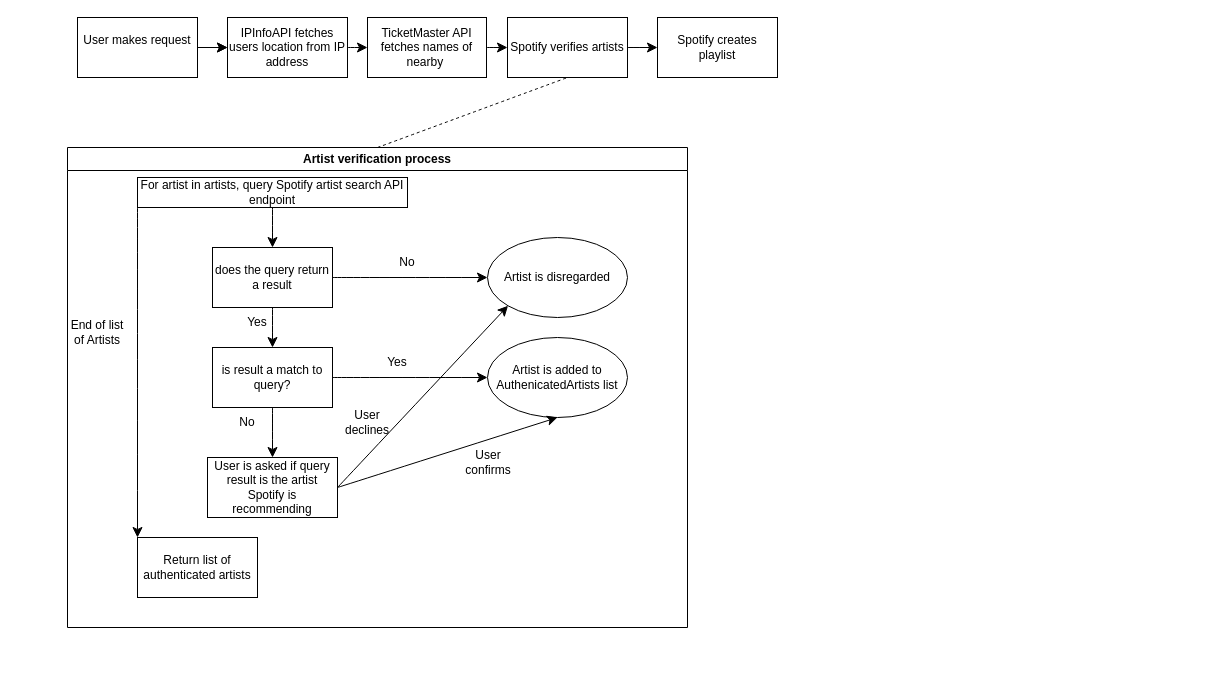
Above: page "Page-1" (1 of 2) of flowDiagram.drawio in tudley/Gigify (draw.io), before the change. Source tidied: cells renumbered, new cells numbered last; positions are measured from the earlier drawing's top-left corner, leaving out a move shared by most shapes. Both pictures are drawn from the tidied source at 100%, with x=0, y=0 at pixel (67, 17).
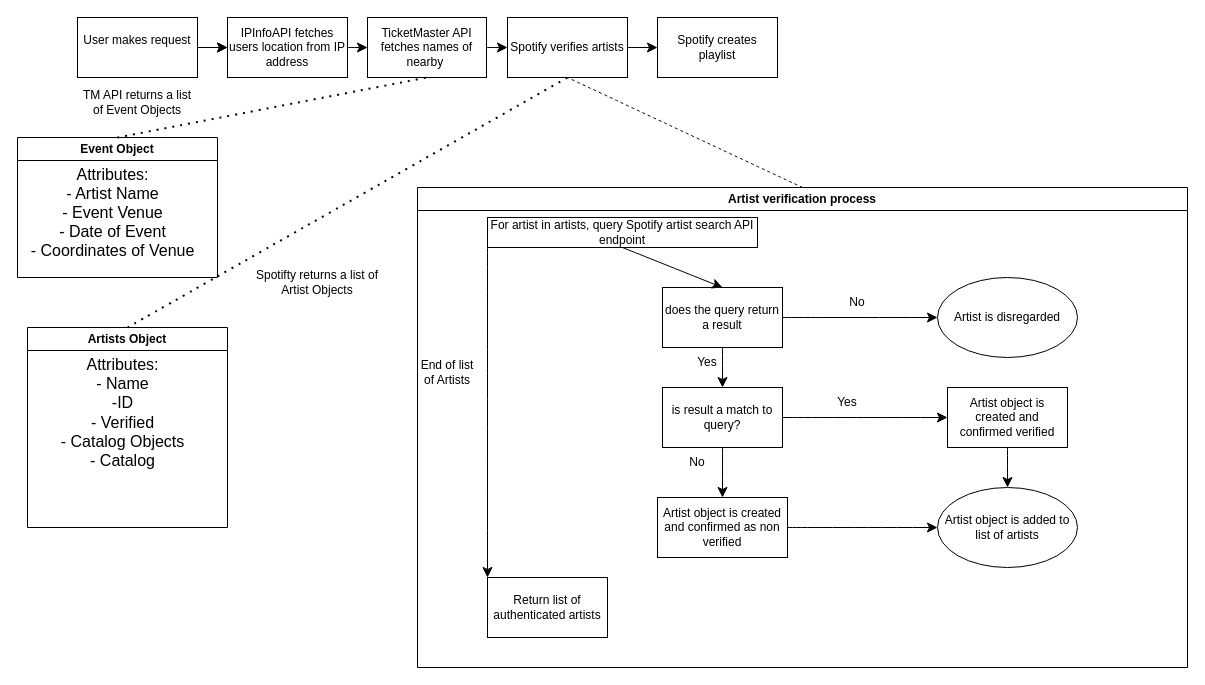
After the change.

Unchanged cells that the change refers to:
```xml
<mxCell id="4" value="TicketMaster API fetches names of nearby&amp;nbsp;" style="rounded=0;whiteSpace=wrap;html=1;" parent="1" vertex="1">
  <mxGeometry x="300" width="119" height="60" as="geometry" />
</mxCell>
<mxCell id="5" value="Spotify verifies artists" style="rounded=0;whiteSpace=wrap;html=1;" parent="1" vertex="1">
  <mxGeometry x="440" width="120" height="60" as="geometry" />
</mxCell>
```

The edit, as a diff of the source:
```diff
@@
     <mxCell id="11" value="Artist verification process" style="swimlane;whiteSpace=wrap;html=1;" parent="1" vertex="1">
-      <mxGeometry y="130" width="620" height="480" as="geometry" />
+      <mxGeometry x="350" y="170" width="770" height="480" as="geometry" />
     </mxCell>
     <mxCell id="12" value="does the query return a result" style="rounded=0;whiteSpace=wrap;html=1;" parent="11" vertex="1">
-      <mxGeometry x="145" y="100" width="120" height="60" as="geometry" />
+      <mxGeometry x="245" y="100" width="120" height="60" as="geometry" />
     </mxCell>
     <mxCell id="13" value="is result a match to query?" style="rounded=0;whiteSpace=wrap;html=1;" parent="11" vertex="1">
-      <mxGeometry x="145" y="200" width="120" height="60" as="geometry" />
+      <mxGeometry x="245" y="200" width="120" height="60" as="geometry" />
     </mxCell>
     <mxCell id="14" value="Artist is disregarded" style="ellipse;whiteSpace=wrap;html=1;" parent="11" vertex="1">
-      <mxGeometry x="420" y="90" width="140" height="80" as="geometry" />
+      <mxGeometry x="520" y="90" width="140" height="80" as="geometry" />
     </mxCell>
@@
     <mxCell id="16" value="No" style="text;html=1;align=center;verticalAlign=middle;whiteSpace=wrap;rounded=0;" parent="11" vertex="1">
-      <mxGeometry x="310" y="100" width="60" height="30" as="geometry" />
+      <mxGeometry x="410" y="100" width="60" height="30" as="geometry" />
     </mxCell>
-    <mxCell id="17" value="Artist is added to AuthenicatedArtists list" style="ellipse;whiteSpace=wrap;html=1;" parent="11" vertex="1">
-      <mxGeometry x="420" y="190" width="140" height="80" as="geometry" />
+    <mxCell id="17" value="Artist object is added to list of artists" style="ellipse;whiteSpace=wrap;html=1;" parent="11" vertex="1">
+      <mxGeometry x="520" y="300" width="140" height="80" as="geometry" />
     </mxCell>
     <mxCell id="18" value="Yes" style="text;html=1;align=center;verticalAlign=middle;whiteSpace=wrap;rounded=0;" parent="11" vertex="1">
-      <mxGeometry x="160" y="160" width="60" height="30" as="geometry" />
+      <mxGeometry x="260" y="160" width="60" height="30" as="geometry" />
     </mxCell>
     <mxCell id="19" value="No" style="text;html=1;align=center;verticalAlign=middle;whiteSpace=wrap;rounded=0;" parent="11" vertex="1">
-      <mxGeometry x="150" y="260" width="60" height="30" as="geometry" />
+      <mxGeometry x="250" y="260" width="60" height="30" as="geometry" />
     </mxCell>
@@
-    <mxCell id="22" value="User is asked if query result is the artist Spotify is recommending" style="rounded=0;whiteSpace=wrap;html=1;" parent="11" vertex="1">
-      <mxGeometry x="140" y="310" width="130" height="60" as="geometry" />
+    <mxCell id="22" value="Artist object is created and confirmed as non verified" style="rounded=0;whiteSpace=wrap;html=1;" parent="11" vertex="1">
+      <mxGeometry x="240" y="310" width="130" height="60" as="geometry" />
     </mxCell>
-    <mxCell id="23" value="User confirms" style="text;html=1;align=center;verticalAlign=middle;whiteSpace=wrap;rounded=0;" parent="11" vertex="1">
-      <mxGeometry x="391" y="300" width="60" height="30" as="geometry" />
-    </mxCell>
-    <mxCell id="24" value="User declines" style="text;html=1;align=center;verticalAlign=middle;whiteSpace=wrap;rounded=0;" parent="11" vertex="1">
-      <mxGeometry x="270" y="260" width="60" height="30" as="geometry" />
-    </mxCell>
     <mxCell id="25" style="endArrow=classic;html=1;rounded=0;fontSize=12;startSize=8;endSize=8;curved=1;entryX=0;entryY=0.5;entryDx=0;entryDy=0;" parent="11" edge="1" target="14">
       <mxGeometry relative="1" as="geometry">
-        <mxPoint x="265" y="130" as="sourcePoint" />
+        <mxPoint x="365" y="130" as="sourcePoint" />
       </mxGeometry>
     </mxCell>
     <mxCell id="26" value="Yes" style="text;html=1;align=center;verticalAlign=middle;whiteSpace=wrap;rounded=0;" parent="11" vertex="1">
-      <mxGeometry x="300" y="200" width="60" height="30" as="geometry" />
+      <mxGeometry x="400" y="200" width="60" height="30" as="geometry" />
     </mxCell>
-    <mxCell id="27" style="endArrow=classic;html=1;rounded=0;fontSize=12;startSize=8;endSize=8;curved=1;exitX=1;exitY=0.5;exitDx=0;exitDy=0;entryX=0;entryY=0.5;entryDx=0;entryDy=0;" parent="11" edge="1" source="13" target="17">
+    <mxCell id="27" style="endArrow=classic;html=1;rounded=0;fontSize=12;startSize=8;endSize=8;curved=1;exitX=1;exitY=0.5;exitDx=0;exitDy=0;entryX=0;entryY=0.5;entryDx=0;entryDy=0;" parent="11" edge="1" source="13" target="36">
       <mxGeometry relative="1" as="geometry" />
     </mxCell>
@@
-    <mxCell id="29" style="endArrow=classic;html=1;rounded=0;fontSize=12;startSize=8;endSize=8;curved=1;exitX=1;exitY=0.5;exitDx=0;exitDy=0;entryX=0.5;entryY=1;entryDx=0;entryDy=0;" parent="11" edge="1" source="22" target="17">
+    <mxCell id="29" style="endArrow=classic;html=1;rounded=0;fontSize=12;startSize=8;endSize=8;curved=1;exitX=1;exitY=0.5;exitDx=0;exitDy=0;entryX=0;entryY=0.5;entryDx=0;entryDy=0;" parent="11" edge="1" source="22" target="17">
       <mxGeometry relative="1" as="geometry" />
     </mxCell>
-    <mxCell id="30" style="endArrow=classic;html=1;rounded=0;fontSize=12;startSize=8;endSize=8;curved=1;exitX=1;exitY=0.5;exitDx=0;exitDy=0;entryX=0;entryY=1;entryDx=0;entryDy=0;" parent="11" edge="1" source="22" target="14">
-      <mxGeometry relative="1" as="geometry" />
-    </mxCell>
@@
+    <mxCell id="36" value="Artist object is created and confirmed verified" style="rounded=0;whiteSpace=wrap;html=1;" parent="11" vertex="1">
+      <mxGeometry x="530" y="200" width="120" height="60" as="geometry" />
+    </mxCell>
+    <mxCell id="37" style="endArrow=classic;html=1;rounded=0;fontSize=12;startSize=8;endSize=8;curved=1;exitX=0.5;exitY=1;exitDx=0;exitDy=0;entryX=0.5;entryY=0;entryDx=0;entryDy=0;" parent="11" edge="1" source="36" target="17">
+      <mxGeometry relative="1" as="geometry" />
+    </mxCell>
@@
+    <mxCell id="38" value="Event Object" style="swimlane;whiteSpace=wrap;html=1;" parent="1" vertex="1">
+      <mxGeometry x="-50" y="120" width="200" height="140" as="geometry" />
+    </mxCell>
+    <mxCell id="39" value="Attributes:&lt;div&gt;- Artist Name&lt;/div&gt;&lt;div&gt;- Event Venue&lt;/div&gt;&lt;div&gt;- Date of Event&lt;/div&gt;&lt;div&gt;- Coordinates of Venue&lt;/div&gt;" style="text;html=1;align=center;verticalAlign=middle;strokeColor=none;fillColor=none;fontSize=16;" parent="38" vertex="1">
+      <mxGeometry y="20" width="190" height="110" as="geometry" />
+    </mxCell>
+    <mxCell id="40" style="endArrow=none;dashed=1;html=1;dashPattern=1 3;strokeWidth=2;rounded=0;fontSize=12;startSize=8;endSize=8;curved=1;entryX=0.5;entryY=1;entryDx=0;entryDy=0;exitX=0.5;exitY=0;exitDx=0;exitDy=0;" parent="1" edge="1" source="38" target="4">
+      <mxGeometry relative="1" as="geometry" />
+    </mxCell>
+    <mxCell id="41" value="TM API returns a list of Event Objects" style="text;html=1;align=center;verticalAlign=middle;whiteSpace=wrap;rounded=0;" parent="1" vertex="1">
+      <mxGeometry x="10" y="70" width="120" height="30" as="geometry" />
+    </mxCell>
+    <mxCell id="42" value="Artists Object" style="swimlane;whiteSpace=wrap;html=1;" parent="1" vertex="1">
+      <mxGeometry x="-40" y="310" width="200" height="200" as="geometry" />
+    </mxCell>
+    <mxCell id="43" value="Attributes:&lt;div&gt;- Name&lt;/div&gt;&lt;div&gt;-ID&lt;/div&gt;&lt;div&gt;- Verified&lt;/div&gt;&lt;div&gt;- Catalog Objects&lt;/div&gt;&lt;div&gt;- Catalog&lt;/div&gt;" style="text;html=1;align=center;verticalAlign=middle;points=[];strokeColor=none;fillColor=none;fontSize=16;" parent="42" vertex="1">
+      <mxGeometry x="20" y="20" width="150" height="130" as="geometry" />
+    </mxCell>
+    <mxCell id="44" style="edgeStyle=none;curved=1;rounded=0;jettySize=auto;html=1;fontSize=12;startSize=8;endSize=8;" parent="42" edge="1" target="43">
+      <mxGeometry relative="1" as="geometry">
+        <mxPoint x="170" y="77" as="sourcePoint" />
+      </mxGeometry>
+    </mxCell>
+    <mxCell id="45" style="endArrow=none;dashed=1;html=1;dashPattern=1 3;strokeWidth=2;rounded=0;fontSize=12;startSize=8;endSize=8;curved=1;entryX=0.5;entryY=1;entryDx=0;entryDy=0;exitX=0.5;exitY=0;exitDx=0;exitDy=0;" parent="1" edge="1" source="42" target="5">
+      <mxGeometry relative="1" as="geometry" />
+    </mxCell>
+    <mxCell id="46" value="Spotifty returns a list of Artist Objects" style="text;html=1;align=center;verticalAlign=middle;whiteSpace=wrap;rounded=0;" parent="1" vertex="1">
+      <mxGeometry x="180" y="250" width="140" height="30" as="geometry" />
+    </mxCell>
```
